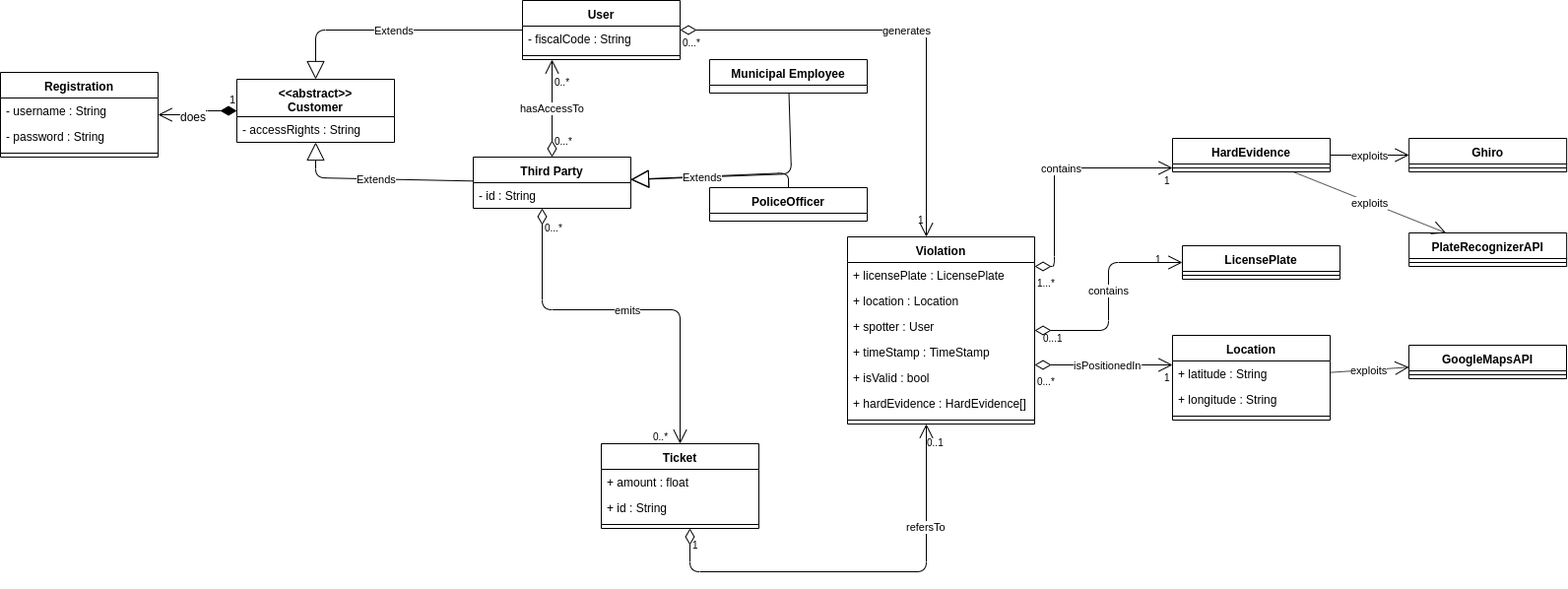
Fabs97/PremiSicilianoTaddeo keeps this draw.io diagram as RASD Working Folder/Images/umlmodel.png. Above is the earlier version. Source tidied: cells renumbered, new cells last; positions are measured from the earlier drawing's top-left corner, leaving out a move shared by most shapes.
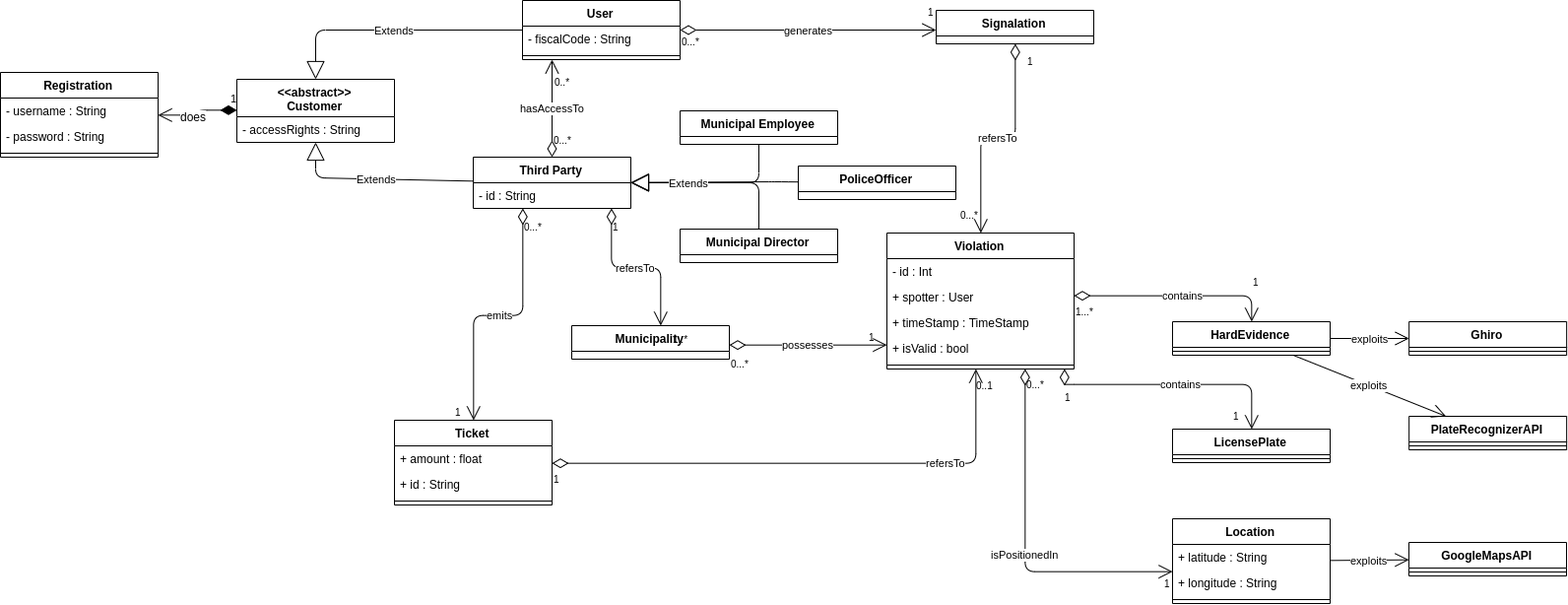
After the commit.

Commit message:
[RASD] - UML modified

Diff of the diagram source:
```diff
@@ -18,31 +18,25 @@
       <mxGeometry y="26" width="160" height="26" as="geometry" />
     </mxCell>
     <mxCell id="7" value="Violation" style="swimlane;fontStyle=1;align=center;verticalAlign=top;horizontal=1;startSize=26;" parent="1" vertex="1">
-      <mxGeometry x="860" y="240" width="190" height="190" as="geometry" />
+      <mxGeometry x="900" y="236" width="190" height="138" as="geometry" />
     </mxCell>
-    <mxCell id="8" value="+ licensePlate : LicensePlate" style="text;strokeColor=none;fillColor=none;align=left;verticalAlign=top;spacingLeft=4;spacingRight=4;overflow=hidden;" parent="7" vertex="1">
-      <mxGeometry y="26" width="190" height="26" as="geometry" />
-    </mxCell>
-    <mxCell id="9" value="+ location : Location" style="text;strokeColor=none;fillColor=none;align=left;verticalAlign=top;spacingLeft=4;spacingRight=4;overflow=hidden;" parent="7" vertex="1">
-      <mxGeometry y="52" width="190" height="26" as="geometry" />
-    </mxCell>
+    <mxCell id="71" value="- id : Int" style="text;strokeColor=none;fillColor=none;align=left;verticalAlign=top;spacingLeft=4;spacingRight=4;overflow=hidden;" parent="7" vertex="1">
+      <mxGeometry y="26" width="190" height="26" as="geometry" />
+    </mxCell>
     <mxCell id="10" value="+ spotter : User" style="text;strokeColor=none;fillColor=none;align=left;verticalAlign=top;spacingLeft=4;spacingRight=4;overflow=hidden;" parent="7" vertex="1">
-      <mxGeometry y="78" width="190" height="26" as="geometry" />
+      <mxGeometry y="52" width="190" height="26" as="geometry" />
     </mxCell>
     <mxCell id="11" value="+ timeStamp : TimeStamp" style="text;strokeColor=none;fillColor=none;align=left;verticalAlign=top;spacingLeft=4;spacingRight=4;overflow=hidden;" parent="7" vertex="1">
-      <mxGeometry y="104" width="190" height="26" as="geometry" />
+      <mxGeometry y="78" width="190" height="26" as="geometry" />
     </mxCell>
     <mxCell id="12" value="+ isValid : bool" style="text;strokeColor=none;fillColor=none;align=left;verticalAlign=top;spacingLeft=4;spacingRight=4;overflow=hidden;" parent="7" vertex="1">
-      <mxGeometry y="130" width="190" height="26" as="geometry" />
+      <mxGeometry y="104" width="190" height="26" as="geometry" />
     </mxCell>
-    <mxCell id="13" value="+ hardEvidence : HardEvidence[]&#10;" style="text;strokeColor=none;fillColor=none;align=left;verticalAlign=top;spacingLeft=4;spacingRight=4;overflow=hidden;" parent="7" vertex="1">
-      <mxGeometry y="156" width="190" height="26" as="geometry" />
-    </mxCell>
     <mxCell id="14" style="line;strokeWidth=1;fillColor=none;align=left;verticalAlign=middle;spacingTop=-1;spacingLeft=3;spacingRight=3;labelPosition=right;" parent="7" vertex="1">
-      <mxGeometry y="182" width="190" height="8" as="geometry" />
+      <mxGeometry y="130" width="190" height="8" as="geometry" />
     </mxCell>
     <mxCell id="15" value="Location&#10;" style="swimlane;fontStyle=1;align=center;verticalAlign=top;horizontal=1;startSize=26;" parent="1" vertex="1">
-      <mxGeometry x="1190" y="340" width="160" height="86" as="geometry" />
+      <mxGeometry x="1190" y="526" width="160" height="86" as="geometry" />
     </mxCell>
     <mxCell id="16" value="+ latitude : String" style="text;strokeColor=none;fillColor=none;align=left;verticalAlign=top;spacingLeft=4;spacingRight=4;overflow=hidden;" parent="15" vertex="1">
       <mxGeometry y="26" width="160" height="26" as="geometry" />
@@ -54,13 +48,13 @@
       <mxGeometry y="78" width="160" height="8" as="geometry" />
     </mxCell>
     <mxCell id="19" value="GoogleMapsAPI" style="swimlane;fontStyle=1;align=center;verticalAlign=top;horizontal=1;startSize=26;" parent="1" vertex="1">
-      <mxGeometry x="1430" y="350" width="160" height="34" as="geometry" />
+      <mxGeometry x="1430" y="550" width="160" height="34" as="geometry" />
     </mxCell>
     <mxCell id="20" style="line;strokeWidth=1;fillColor=none;align=left;verticalAlign=middle;spacingTop=-1;spacingLeft=3;spacingRight=3;labelPosition=right;" parent="19" vertex="1">
       <mxGeometry y="26" width="160" height="8" as="geometry" />
     </mxCell>
     <mxCell id="21" value="Ticket&#10;" style="swimlane;fontStyle=1;align=center;verticalAlign=top;horizontal=1;startSize=26;" parent="1" vertex="1">
-      <mxGeometry x="610" y="450" width="160" height="86" as="geometry" />
+      <mxGeometry x="400" y="426" width="160" height="86" as="geometry" />
     </mxCell>
     <mxCell id="22" value="+ amount : float" style="text;strokeColor=none;fillColor=none;align=left;verticalAlign=top;spacingLeft=4;spacingRight=4;overflow=hidden;" parent="21" vertex="1">
       <mxGeometry y="26" width="160" height="26" as="geometry" />
@@ -72,25 +66,25 @@
       <mxGeometry y="78" width="160" height="8" as="geometry" />
     </mxCell>
     <mxCell id="25" value="PlateRecognizerAPI" style="swimlane;fontStyle=1;align=center;verticalAlign=top;horizontal=1;startSize=26;" parent="1" vertex="1">
-      <mxGeometry x="1430.1" y="236" width="160" height="34" as="geometry" />
+      <mxGeometry x="1430.1" y="422" width="160" height="34" as="geometry" />
     </mxCell>
     <mxCell id="26" style="line;strokeWidth=1;fillColor=none;align=left;verticalAlign=middle;spacingTop=-1;spacingLeft=3;spacingRight=3;labelPosition=right;" parent="25" vertex="1">
       <mxGeometry y="26" width="160" height="8" as="geometry" />
     </mxCell>
     <mxCell id="27" value="LicensePlate&#10;" style="swimlane;fontStyle=1;align=center;verticalAlign=top;horizontal=1;startSize=26;" parent="1" vertex="1">
-      <mxGeometry x="1200" y="249" width="160" height="34" as="geometry" />
+      <mxGeometry x="1190" y="435" width="160" height="34" as="geometry" />
     </mxCell>
     <mxCell id="28" style="line;strokeWidth=1;fillColor=none;align=left;verticalAlign=middle;spacingTop=-1;spacingLeft=3;spacingRight=3;labelPosition=right;" parent="27" vertex="1">
       <mxGeometry y="26" width="160" height="8" as="geometry" />
     </mxCell>
     <mxCell id="29" value="Ghiro" style="swimlane;fontStyle=1;align=center;verticalAlign=top;horizontal=1;startSize=26;" parent="1" vertex="1">
-      <mxGeometry x="1430.1" y="140" width="160" height="34" as="geometry" />
+      <mxGeometry x="1430.1" y="326" width="160" height="34" as="geometry" />
     </mxCell>
     <mxCell id="30" style="line;strokeWidth=1;fillColor=none;align=left;verticalAlign=middle;spacingTop=-1;spacingLeft=3;spacingRight=3;labelPosition=right;" parent="29" vertex="1">
       <mxGeometry y="26" width="160" height="8" as="geometry" />
     </mxCell>
     <mxCell id="31" value="HardEvidence" style="swimlane;fontStyle=1;align=center;verticalAlign=top;horizontal=1;startSize=26;" parent="1" vertex="1">
-      <mxGeometry x="1190" y="140" width="160" height="34" as="geometry" />
+      <mxGeometry x="1190" y="326" width="160" height="34" as="geometry" />
     </mxCell>
     <mxCell id="32" style="line;strokeWidth=1;fillColor=none;align=left;verticalAlign=middle;spacingTop=-1;spacingLeft=3;spacingRight=3;labelPosition=right;" parent="31" vertex="1">
       <mxGeometry y="26" width="160" height="8" as="geometry" />
@@ -133,10 +127,11 @@
         </Array>
       </mxGeometry>
     </mxCell>
-    <mxCell id="43" value="generates" style="endArrow=open;html=1;endSize=12;startArrow=diamondThin;startSize=14;startFill=0;edgeStyle=orthogonalEdgeStyle;" parent="1" edge="1" source="2" target="7">
+    <mxCell id="43" value="generates" style="endArrow=open;html=1;endSize=12;startArrow=diamondThin;startSize=14;startFill=0;edgeStyle=orthogonalEdgeStyle;" parent="1" edge="1" source="2" target="81">
       <mxGeometry relative="1" as="geometry">
         <Array as="points">
-          <mxPoint x="940" y="30" />
+          <mxPoint x="960" y="30" />
+          <mxPoint x="960" y="30" />
         </Array>
       </mxGeometry>
     </mxCell>
@@ -169,8 +164,8 @@
     <mxCell id="49" value="emits" style="endArrow=open;html=1;endSize=12;startArrow=diamondThin;startSize=14;startFill=0;edgeStyle=orthogonalEdgeStyle;" parent="1" edge="1" source="5" target="21">
       <mxGeometry relative="1" as="geometry">
         <Array as="points">
-          <mxPoint x="550" y="314" />
-          <mxPoint x="690" y="314" />
+          <mxPoint x="530" y="319" />
+          <mxPoint x="480" y="319" />
         </Array>
       </mxGeometry>
     </mxCell>
@@ -179,7 +174,7 @@
         <mxPoint y="7" as="offset" />
       </mxGeometry>
     </mxCell>
-    <mxCell id="51" value="0..*" style="html=1;align=right;verticalAlign=top;labelBackgroundColor=none;fontSize=10;rotation=0;" parent="49" vertex="1">
+    <mxCell id="51" value="1" style="html=1;align=right;verticalAlign=top;labelBackgroundColor=none;fontSize=10;rotation=0;" parent="49" vertex="1">
       <mxGeometry x="1" relative="1" as="geometry">
         <mxPoint x="-10" y="-20" as="offset" />
       </mxGeometry>
@@ -187,8 +182,7 @@
     <mxCell id="52" value="refersTo" style="endArrow=open;html=1;endSize=12;startArrow=diamondThin;startSize=14;startFill=0;edgeStyle=orthogonalEdgeStyle;" parent="1" edge="1" source="21" target="7">
       <mxGeometry x="0.52" relative="1" as="geometry">
         <Array as="points">
-          <mxPoint x="700" y="580" />
-          <mxPoint x="940" y="580" />
+          <mxPoint x="990" y="469" />
         </Array>
       </mxGeometry>
     </mxCell>
@@ -205,8 +199,7 @@
     <mxCell id="55" value="isPositionedIn" style="endArrow=open;html=1;endSize=12;startArrow=diamondThin;startSize=14;startFill=0;edgeStyle=orthogonalEdgeStyle;" parent="1" edge="1" source="7" target="15">
       <mxGeometry x="0.06" relative="1" as="geometry">
         <Array as="points">
-          <mxPoint x="1110" y="370" />
-          <mxPoint x="1110" y="370" />
+          <mxPoint x="1040" y="580" />
         </Array>
       </mxGeometry>
     </mxCell>
@@ -219,16 +212,21 @@
       <mxGeometry x="1" relative="1" as="geometry" />
     </mxCell>
     <mxCell id="58" value="contains" style="endArrow=open;html=1;endSize=12;startArrow=diamondThin;startSize=14;startFill=0;edgeStyle=orthogonalEdgeStyle;" parent="1" edge="1" source="7" target="27">
-      <mxGeometry x="0.06" relative="1" as="geometry" />
+      <mxGeometry x="0.06" relative="1" as="geometry">
+        <Array as="points">
+          <mxPoint x="1080" y="390" />
+          <mxPoint x="1270" y="390" />
+        </Array>
+      </mxGeometry>
     </mxCell>
     <mxCell id="59" value="1" style="html=1;align=left;verticalAlign=top;labelBackgroundColor=none;fontSize=10;" parent="58" vertex="1">
       <mxGeometry x="-1" relative="1" as="geometry">
-        <mxPoint x="120" y="-85" as="offset" />
+        <mxPoint x="190" y="-100.5" as="offset" />
       </mxGeometry>
     </mxCell>
-    <mxCell id="60" value="0...1" style="html=1;align=right;verticalAlign=top;labelBackgroundColor=none;fontSize=10;rotation=0;" parent="58" vertex="1">
+    <mxCell id="60" value="1" style="html=1;align=right;verticalAlign=top;labelBackgroundColor=none;fontSize=10;rotation=0;" parent="58" vertex="1">
       <mxGeometry x="1" relative="1" as="geometry">
-        <mxPoint x="-120.5" y="64" as="offset" />
+        <mxPoint x="-181" y="-45" as="offset" />
       </mxGeometry>
     </mxCell>
     <mxCell id="61" value="exploits" style="endArrow=open;endFill=1;endSize=12;html=1;" parent="1" edge="1" source="31" target="29">
@@ -240,8 +238,7 @@
     <mxCell id="63" value="contains" style="endArrow=open;html=1;endSize=12;startArrow=diamondThin;startSize=14;startFill=0;edgeStyle=orthogonalEdgeStyle;" parent="1" edge="1" source="7" target="31">
       <mxGeometry x="0.06" relative="1" as="geometry">
         <Array as="points">
-          <mxPoint x="1070" y="270" />
-          <mxPoint x="1070" y="170" />
+          <mxPoint x="1270" y="300" />
         </Array>
       </mxGeometry>
     </mxCell>
@@ -251,7 +248,9 @@
       </mxGeometry>
     </mxCell>
     <mxCell id="65" value="1" style="html=1;align=right;verticalAlign=top;labelBackgroundColor=none;fontSize=10;rotation=0;" parent="63" vertex="1">
-      <mxGeometry x="1" relative="1" as="geometry" />
+      <mxGeometry x="1" relative="1" as="geometry">
+        <mxPoint x="-10" y="84" as="offset" />
+      </mxGeometry>
     </mxCell>
     <mxCell id="66" value="exploits" style="endArrow=open;endFill=1;endSize=12;html=1;" parent="1" edge="1" source="31" target="25">
       <mxGeometry relative="1" as="geometry" />
@@ -259,22 +258,87 @@
     <mxCell id="67" style="endArrow=block;endSize=16;endFill=0;html=1;" parent="1" edge="1" source="68" target="5">
       <mxGeometry relative="1" as="geometry">
         <Array as="points">
-          <mxPoint x="800" y="175" />
+          <mxPoint x="790" y="184" />
         </Array>
       </mxGeometry>
     </mxCell>
     <mxCell id="68" value="PoliceOfficer" style="swimlane;fontStyle=1;align=center;verticalAlign=top;horizontal=1;startSize=26;" parent="1" vertex="1">
-      <mxGeometry x="720" y="190" width="160" height="34" as="geometry" />
+      <mxGeometry x="810" y="168" width="160" height="34" as="geometry" />
     </mxCell>
     <mxCell id="69" value="Municipal Employee" style="swimlane;fontStyle=1;align=center;verticalAlign=top;horizontal=1;startSize=26;" parent="1" vertex="1">
-      <mxGeometry x="720" y="60" width="160" height="34" as="geometry" />
+      <mxGeometry x="690" y="112" width="160" height="34" as="geometry" />
     </mxCell>
+    <mxCell id="72" value="Municipal Director" style="swimlane;fontStyle=1;align=center;verticalAlign=top;horizontal=1;startSize=26;" parent="1" vertex="1">
+      <mxGeometry x="690" y="232" width="160" height="34" as="geometry" />
+    </mxCell>
+    <mxCell id="73" style="endArrow=block;endSize=16;endFill=0;html=1;" parent="1" edge="1" source="72" target="5">
+      <mxGeometry x="0.41" relative="1" as="geometry">
+        <Array as="points">
+          <mxPoint x="770" y="185" />
+        </Array>
+      </mxGeometry>
+    </mxCell>
     <mxCell id="70" value="Extends" style="endArrow=block;endSize=16;endFill=0;html=1;" parent="1" edge="1" source="69" target="5">
-      <mxGeometry x="0.41" relative="1" as="geometry">
+      <mxGeometry x="0.29" relative="1" as="geometry">
         <Array as="points">
-          <mxPoint x="803" y="176" />
+          <mxPoint x="770" y="185" />
         </Array>
       </mxGeometry>
     </mxCell>
+    <mxCell id="74" value="Municipality" style="swimlane;fontStyle=1;align=center;verticalAlign=top;horizontal=1;startSize=26;" parent="1" vertex="1">
+      <mxGeometry x="580" y="330" width="160" height="34" as="geometry" />
+    </mxCell>
+    <mxCell id="75" value="refersTo" style="endArrow=open;html=1;endSize=12;startArrow=diamondThin;startSize=14;startFill=0;edgeStyle=orthogonalEdgeStyle;" parent="1" edge="1" source="5" target="74">
+      <mxGeometry relative="1" as="geometry">
+        <Array as="points">
+          <mxPoint x="620" y="271" />
+          <mxPoint x="670" y="271" />
+        </Array>
+      </mxGeometry>
+    </mxCell>
+    <mxCell id="76" value="1" style="html=1;align=left;verticalAlign=top;labelBackgroundColor=none;fontSize=10;" parent="75" vertex="1">
+      <mxGeometry x="-1" relative="1" as="geometry">
+        <mxPoint y="7" as="offset" />
+      </mxGeometry>
+    </mxCell>
+    <mxCell id="77" value="1..*" style="html=1;align=right;verticalAlign=top;labelBackgroundColor=none;fontSize=10;rotation=0;" parent="75" vertex="1">
+      <mxGeometry x="1" relative="1" as="geometry">
+        <mxPoint x="30" y="3" as="offset" />
+      </mxGeometry>
+    </mxCell>
+    <mxCell id="78" value="possesses" style="endArrow=open;html=1;endSize=12;startArrow=diamondThin;startSize=14;startFill=0;edgeStyle=orthogonalEdgeStyle;" parent="1" edge="1" source="74" target="7">
+      <mxGeometry relative="1" as="geometry">
+        <Array as="points">
+          <mxPoint x="810" y="350" />
+          <mxPoint x="810" y="350" />
+        </Array>
+      </mxGeometry>
+    </mxCell>
+    <mxCell id="79" value="0...*" style="html=1;align=left;verticalAlign=top;labelBackgroundColor=none;fontSize=10;" parent="78" vertex="1">
+      <mxGeometry x="-1" relative="1" as="geometry">
+        <mxPoint y="7" as="offset" />
+      </mxGeometry>
+    </mxCell>
+    <mxCell id="80" value="1" style="html=1;align=right;verticalAlign=top;labelBackgroundColor=none;fontSize=10;rotation=0;" parent="78" vertex="1">
+      <mxGeometry x="1" relative="1" as="geometry">
+        <mxPoint x="-10" y="-20" as="offset" />
+      </mxGeometry>
+    </mxCell>
+    <mxCell id="81" value="Signalation" style="swimlane;fontStyle=1;align=center;verticalAlign=top;horizontal=1;startSize=26;" parent="1" vertex="1">
+      <mxGeometry x="950" y="10" width="160" height="34" as="geometry" />
+    </mxCell>
+    <mxCell id="82" value="refersTo" style="endArrow=open;html=1;endSize=12;startArrow=diamondThin;startSize=14;startFill=0;edgeStyle=orthogonalEdgeStyle;" parent="1" edge="1" source="81" target="7">
+      <mxGeometry relative="1" as="geometry" />
+    </mxCell>
+    <mxCell id="83" value="1" style="html=1;align=left;verticalAlign=top;labelBackgroundColor=none;fontSize=10;" parent="82" vertex="1">
+      <mxGeometry x="-1" relative="1" as="geometry">
+        <mxPoint x="10.5" y="6" as="offset" />
+      </mxGeometry>
+    </mxCell>
+    <mxCell id="84" value="0...*" style="html=1;align=right;verticalAlign=top;labelBackgroundColor=none;fontSize=10;rotation=0;" parent="82" vertex="1">
+      <mxGeometry x="1" relative="1" as="geometry">
+        <mxPoint y="-30" as="offset" />
+      </mxGeometry>
+    </mxCell>
   </root>
 </mxGraphModel>
```
